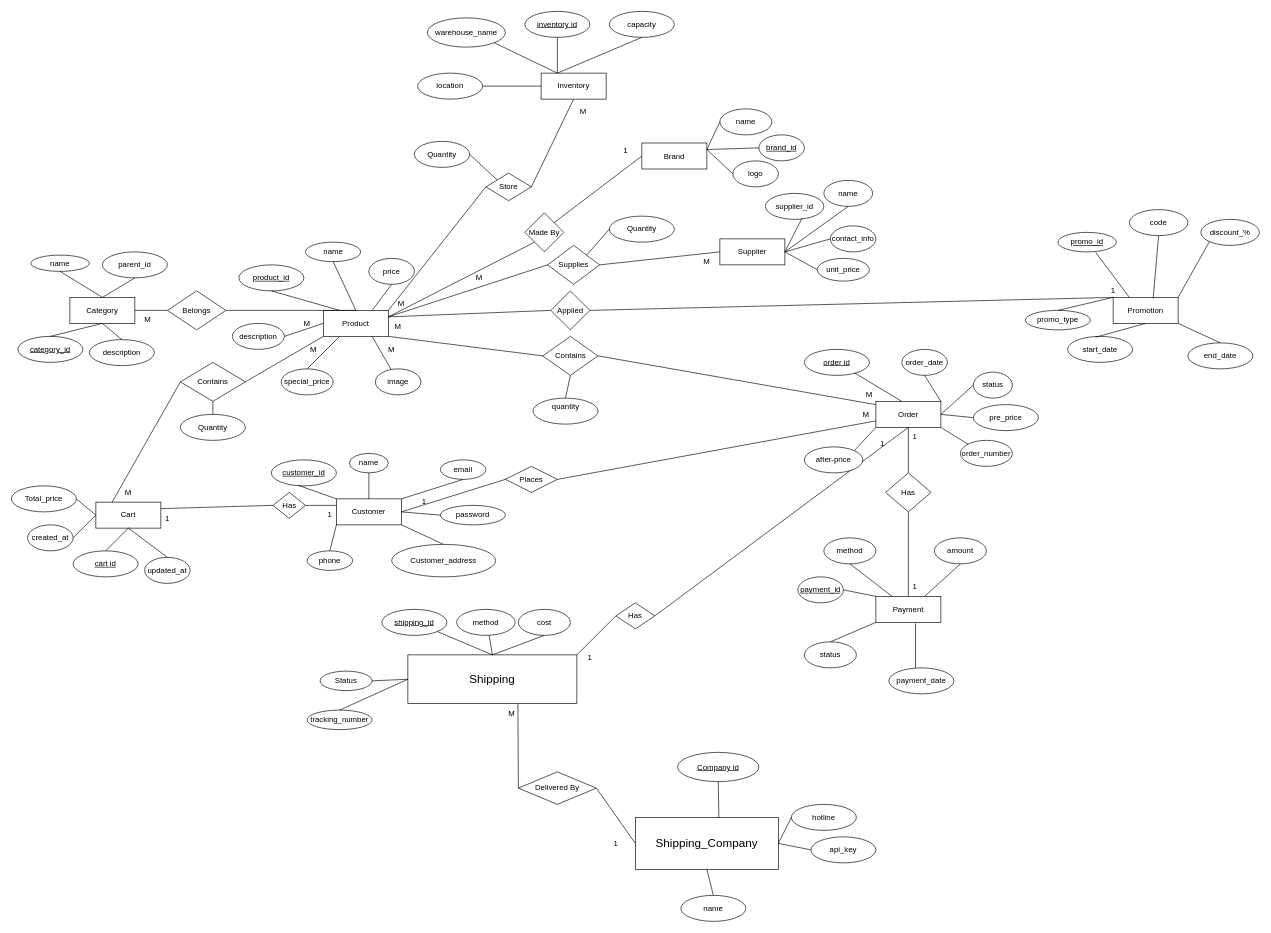
This is Guardian ERD Diagram .drawio from votranngochuu/Database_Summer_2025, a draw.io file, before an edit. Source tidied: cells renumbered, new cells numbered last; positions are measured from the earlier drawing's top-left corner, leaving out a move shared by most shapes. Both pictures are drawn from the tidied source at 65%, with x=0, y=0 at pixel (11, 11).
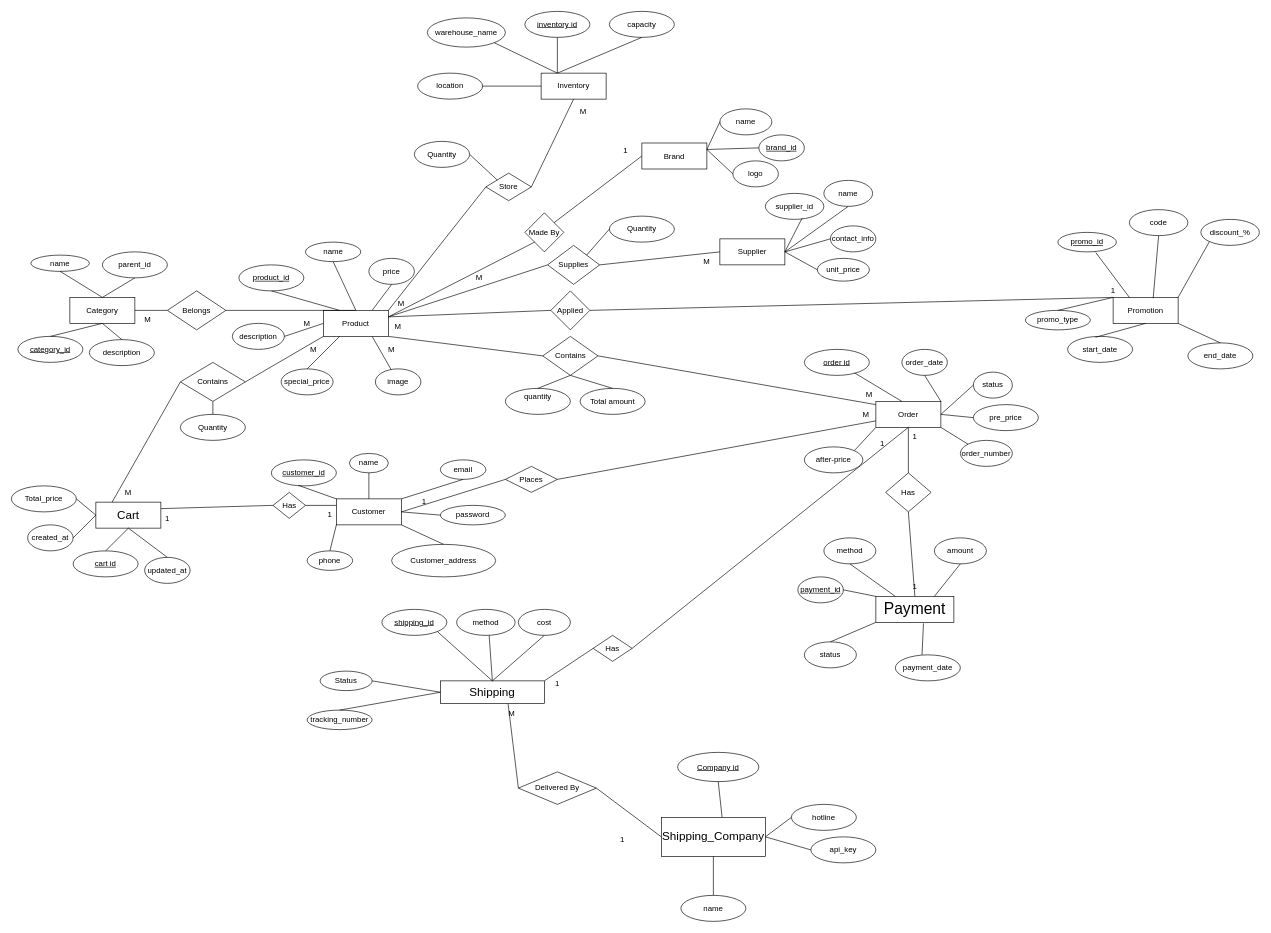
After the change.

The change refers to these unchanged cells:
```xml
<mxCell id="174" value="Contains" style="shape=rhombus;perimeter=rhombusPerimeter;whiteSpace=wrap;html=1;align=center;" parent="1" vertex="1">
  <mxGeometry x="817.5" y="500" width="85" height="60" as="geometry" />
</mxCell>
```

What changed in the source:
```diff
@@
-    <mxCell id="3" value="Cart" style="whiteSpace=wrap;html=1;align=center;" parent="1" vertex="1">
+    <mxCell id="3" value="&lt;font style=&quot;font-size: 18px;&quot;&gt;Cart&lt;/font&gt;" style="whiteSpace=wrap;html=1;align=center;" parent="1" vertex="1">
       <mxGeometry x="130" y="755" width="100" height="40" as="geometry" />
     </mxCell>
@@
     <mxCell id="6" value="&lt;font style=&quot;font-size: 18px;&quot;&gt;Shipping&lt;/font&gt;" style="whiteSpace=wrap;html=1;align=center;" parent="1" vertex="1">
-      <mxGeometry x="610" y="990" width="260" height="75" as="geometry" />
+      <mxGeometry x="660" y="1030" width="160" height="35" as="geometry" />
     </mxCell>
@@
-    <mxCell id="54" value="Payment" style="whiteSpace=wrap;html=1;align=center;" parent="1" vertex="1">
-      <mxGeometry x="1330" y="900" width="100" height="40" as="geometry" />
+    <mxCell id="54" value="&lt;font style=&quot;font-size: 24px;&quot;&gt;Payment&lt;/font&gt;" style="whiteSpace=wrap;html=1;align=center;" parent="1" vertex="1">
+      <mxGeometry x="1330" y="900" width="120" height="40" as="geometry" />
     </mxCell>
@@
     <mxCell id="66" value="payment_date" style="ellipse;whiteSpace=wrap;html=1;align=center;" parent="1" vertex="1">
-      <mxGeometry x="1350" y="1010" width="100" height="40" as="geometry" />
+      <mxGeometry x="1360" y="990" width="100" height="40" as="geometry" />
     </mxCell>
@@
     <mxCell id="68" value="Has" style="shape=rhombus;perimeter=rhombusPerimeter;whiteSpace=wrap;html=1;align=center;" parent="1" vertex="1">
-      <mxGeometry x="930" y="910" width="60" height="40" as="geometry" />
+      <mxGeometry x="895" y="960" width="60" height="40" as="geometry" />
     </mxCell>
@@
     <mxCell id="154" value="&lt;font style=&quot;font-size: 18px;&quot;&gt;Shipping_Company&lt;/font&gt;" style="whiteSpace=wrap;html=1;align=center;" parent="1" vertex="1">
-      <mxGeometry x="960" y="1240" width="220" height="80" as="geometry" />
+      <mxGeometry x="1000" y="1240" width="160" height="60" as="geometry" />
     </mxCell>
@@
     <mxCell id="165" value="1" style="text;strokeColor=none;align=center;fillColor=none;html=1;verticalAlign=middle;whiteSpace=wrap;rounded=0;" parent="1" vertex="1">
-      <mxGeometry x="900" y="1265" width="60" height="30" as="geometry" />
+      <mxGeometry x="910" y="1260" width="60" height="30" as="geometry" />
     </mxCell>
@@
     <mxCell id="179" value="quantity&lt;div&gt;&lt;br&gt;&lt;/div&gt;" style="ellipse;whiteSpace=wrap;html=1;align=center;" parent="1" vertex="1">
-      <mxGeometry x="802.5" y="595" width="100" height="40" as="geometry" />
+      <mxGeometry x="760" y="580" width="100" height="40" as="geometry" />
     </mxCell>
@@
     <mxCell id="194" value="1" style="text;strokeColor=none;align=center;fillColor=none;html=1;verticalAlign=middle;whiteSpace=wrap;rounded=0;" parent="1" vertex="1">
-      <mxGeometry x="860" y="980" width="60" height="30" as="geometry" />
+      <mxGeometry x="810" y="1020" width="60" height="30" as="geometry" />
     </mxCell>
+    <mxCell id="195" value="Total amount" style="ellipse;whiteSpace=wrap;html=1;align=center;" parent="1" vertex="1">
+      <mxGeometry x="875" y="580" width="100" height="40" as="geometry" />
+    </mxCell>
+    <mxCell id="196" style="endArrow=none;html=1;rounded=0;exitX=0.5;exitY=1;exitDx=0;exitDy=0;entryX=0.5;entryY=0;entryDx=0;entryDy=0;" parent="1" edge="1" source="174" target="195">
+      <mxGeometry relative="1" as="geometry" />
+    </mxCell>
```
